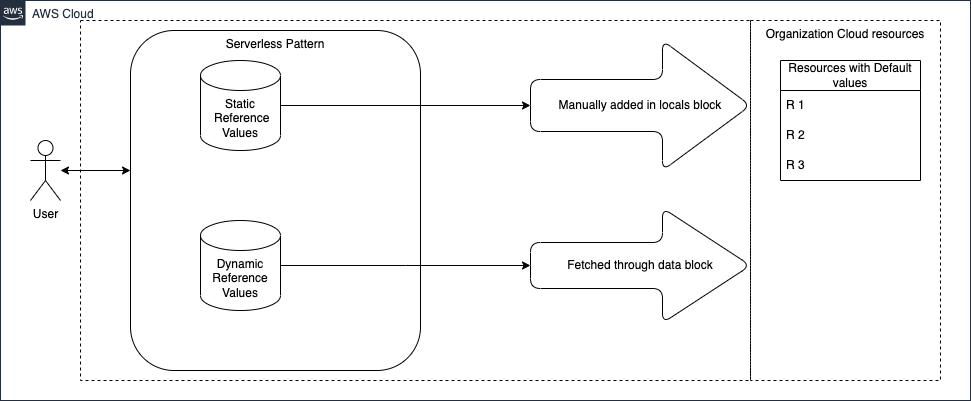
The draw.io diagram terraform-organization-default/Organization_default_values.png in aws-samples/serverless-patterns, before a commit. Source tidied: cells renumbered, new cells last; positions are measured from the earlier drawing's top-left corner, leaving out a move shared by most shapes. The source it was exported from:
```xml
<mxGraphModel>
  <root>
    <mxCell id="0" />
    <mxCell id="1" parent="0" />
    <mxCell id="2" value="AWS Cloud" style="gradientColor=none;html=1;whiteSpace=wrap;fontSize=12;fontStyle=0;shape=mxgraph.aws4.group;grIcon=mxgraph.aws4.group_aws_cloud_alt;strokeColor=#232F3E;fillColor=none;verticalAlign=top;align=left;spacingLeft=30;fontColor=#232F3E;dashed=0;labelBackgroundColor=#ffffff;" parent="1" vertex="1">
      <mxGeometry width="970" height="400" as="geometry" />
    </mxCell>
    <mxCell id="3" value="Organization Cloud resources" style="rounded=0;whiteSpace=wrap;html=1;labelBackgroundColor=none;fillColor=none;dashed=1;verticalAlign=top;" parent="2" vertex="1">
      <mxGeometry x="750" y="20" width="190" height="360" as="geometry" />
    </mxCell>
    <mxCell id="4" value="Resources with Default values" style="swimlane;fontStyle=0;horizontal=1;startSize=30;whiteSpace=wrap;html=1;" parent="3" vertex="1">
      <mxGeometry x="30" y="40" width="140" height="120" as="geometry" />
    </mxCell>
    <mxCell id="5" value="R 1" style="text;strokeColor=none;fillColor=none;align=left;verticalAlign=middle;spacingLeft=4;spacingRight=4;overflow=hidden;whiteSpace=wrap;html=1;" parent="4" vertex="1">
      <mxGeometry y="30" width="140" height="30" as="geometry" />
    </mxCell>
    <mxCell id="6" value="R 2" style="text;strokeColor=none;fillColor=none;align=left;verticalAlign=middle;spacingLeft=4;spacingRight=4;overflow=hidden;whiteSpace=wrap;html=1;" parent="4" vertex="1">
      <mxGeometry y="60" width="140" height="30" as="geometry" />
    </mxCell>
    <mxCell id="7" value="R 3" style="text;strokeColor=none;fillColor=none;align=left;verticalAlign=middle;spacingLeft=4;spacingRight=4;overflow=hidden;whiteSpace=wrap;html=1;" parent="4" vertex="1">
      <mxGeometry y="90" width="140" height="30" as="geometry" />
    </mxCell>
    <mxCell id="8" style="rounded=0;whiteSpace=wrap;html=1;labelBackgroundColor=none;fillColor=none;dashed=1;" parent="2" vertex="1">
      <mxGeometry x="80" y="20" width="670" height="360" as="geometry" />
    </mxCell>
    <mxCell id="9" value="Static Resource values" style="rounded=1;whiteSpace=wrap;html=1;" parent="8" vertex="1">
      <mxGeometry x="180" y="40" width="120" height="60" as="geometry" />
    </mxCell>
    <mxCell id="10" value="Serverless Pattern" style="rounded=1;whiteSpace=wrap;html=1;verticalAlign=top;" parent="8" vertex="1">
      <mxGeometry x="50" y="10" width="290" height="340" as="geometry" />
    </mxCell>
    <mxCell id="11" value="Static&lt;div&gt;&amp;nbsp;Reference Values&lt;/div&gt;" style="shape=cylinder3;whiteSpace=wrap;html=1;boundedLbl=1;backgroundOutline=1;size=15;" parent="8" vertex="1">
      <mxGeometry x="120" y="40" width="80" height="90" as="geometry" />
    </mxCell>
    <mxCell id="12" value="Dynamic Reference Values" style="shape=cylinder3;whiteSpace=wrap;html=1;boundedLbl=1;backgroundOutline=1;size=15;" parent="8" vertex="1">
      <mxGeometry x="120" y="200" width="80" height="90" as="geometry" />
    </mxCell>
    <mxCell id="13" value="Fetched through data block" style="shape=singleArrow;whiteSpace=wrap;html=1;arrowWidth=0.4;arrowSize=0.4;rounded=1;" parent="8" vertex="1">
      <mxGeometry x="450" y="187.5" width="220" height="115" as="geometry" />
    </mxCell>
    <mxCell id="14" style="edgeStyle=orthogonalEdgeStyle;rounded=0;orthogonalLoop=1;jettySize=auto;html=1;exitX=0.5;exitY=1;exitDx=0;exitDy=0;" parent="2" edge="1" source="3" target="3">
      <mxGeometry relative="1" as="geometry" />
    </mxCell>
    <mxCell id="15" style="edgeStyle=orthogonalEdgeStyle;rounded=0;jettySize=auto;html=1;exitX=1;exitY=0.5;exitDx=0;exitDy=0;exitPerimeter=0;" parent="2" edge="1" source="11" target="17">
      <mxGeometry relative="1" as="geometry" />
    </mxCell>
    <mxCell id="16" style="edgeStyle=orthogonalEdgeStyle;rounded=0;jettySize=auto;html=1;exitX=1;exitY=0.5;exitDx=0;exitDy=0;exitPerimeter=0;" parent="2" edge="1" source="12">
      <mxGeometry relative="1" as="geometry">
        <mxPoint x="530" y="265" as="targetPoint" />
      </mxGeometry>
    </mxCell>
    <mxCell id="17" value="Manually added in locals block" style="shape=singleArrow;whiteSpace=wrap;html=1;arrowWidth=0.4;arrowSize=0.4;rounded=1;" parent="2" vertex="1">
      <mxGeometry x="530" y="40" width="220" height="130" as="geometry" />
    </mxCell>
    <mxCell id="18" value="User" style="shape=umlActor;verticalLabelPosition=bottom;verticalAlign=top;html=1;outlineConnect=0;" parent="2" vertex="1">
      <mxGeometry x="30" y="140" width="30" height="60" as="geometry" />
    </mxCell>
    <mxCell id="19" style="endArrow=classic;startArrow=classic;html=1;rounded=0;" parent="2" edge="1" source="18">
      <mxGeometry relative="1" as="geometry">
        <mxPoint x="130" y="170" as="targetPoint" />
      </mxGeometry>
    </mxCell>
  </root>
</mxGraphModel>
```
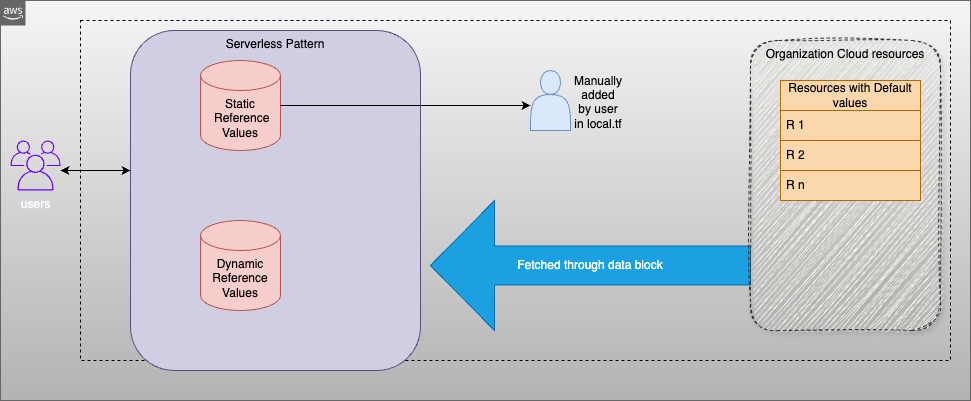
After the change.

The edit, as a diff of the source:
```diff
@@ -2,63 +2,64 @@
   <root>
     <mxCell id="0" />
     <mxCell id="1" parent="0" />
-    <mxCell id="2" value="AWS Cloud" style="gradientColor=none;html=1;whiteSpace=wrap;fontSize=12;fontStyle=0;shape=mxgraph.aws4.group;grIcon=mxgraph.aws4.group_aws_cloud_alt;strokeColor=#232F3E;fillColor=none;verticalAlign=top;align=left;spacingLeft=30;fontColor=#232F3E;dashed=0;labelBackgroundColor=#ffffff;" parent="1" vertex="1">
+    <mxCell id="2" style="html=1;whiteSpace=wrap;fontSize=12;fontStyle=0;shape=mxgraph.aws4.group;grIcon=mxgraph.aws4.group_aws_cloud_alt;strokeColor=#666666;fillColor=#f5f5f5;verticalAlign=top;align=left;spacingLeft=30;dashed=0;labelBackgroundColor=#ffffff;gradientColor=#b3b3b3;" parent="1" vertex="1">
       <mxGeometry width="970" height="400" as="geometry" />
     </mxCell>
-    <mxCell id="3" value="Organization Cloud resources" style="rounded=0;whiteSpace=wrap;html=1;labelBackgroundColor=none;fillColor=none;dashed=1;verticalAlign=top;" parent="2" vertex="1">
-      <mxGeometry x="750" y="20" width="190" height="360" as="geometry" />
-    </mxCell>
-    <mxCell id="4" value="Resources with Default values" style="swimlane;fontStyle=0;horizontal=1;startSize=30;whiteSpace=wrap;html=1;" parent="3" vertex="1">
-      <mxGeometry x="30" y="40" width="140" height="120" as="geometry" />
-    </mxCell>
-    <mxCell id="5" value="R 1" style="text;strokeColor=none;fillColor=none;align=left;verticalAlign=middle;spacingLeft=4;spacingRight=4;overflow=hidden;whiteSpace=wrap;html=1;" parent="4" vertex="1">
-      <mxGeometry y="30" width="140" height="30" as="geometry" />
-    </mxCell>
-    <mxCell id="6" value="R 2" style="text;strokeColor=none;fillColor=none;align=left;verticalAlign=middle;spacingLeft=4;spacingRight=4;overflow=hidden;whiteSpace=wrap;html=1;" parent="4" vertex="1">
-      <mxGeometry y="60" width="140" height="30" as="geometry" />
-    </mxCell>
-    <mxCell id="7" value="R 3" style="text;strokeColor=none;fillColor=none;align=left;verticalAlign=middle;spacingLeft=4;spacingRight=4;overflow=hidden;whiteSpace=wrap;html=1;" parent="4" vertex="1">
-      <mxGeometry y="90" width="140" height="30" as="geometry" />
-    </mxCell>
     <mxCell id="8" style="rounded=0;whiteSpace=wrap;html=1;labelBackgroundColor=none;fillColor=none;dashed=1;" parent="2" vertex="1">
-      <mxGeometry x="80" y="20" width="670" height="360" as="geometry" />
+      <mxGeometry x="80" y="20" width="870" height="340" as="geometry" />
     </mxCell>
     <mxCell id="9" value="Static Resource values" style="rounded=1;whiteSpace=wrap;html=1;" parent="8" vertex="1">
       <mxGeometry x="180" y="40" width="120" height="60" as="geometry" />
     </mxCell>
-    <mxCell id="10" value="Serverless Pattern" style="rounded=1;whiteSpace=wrap;html=1;verticalAlign=top;" parent="8" vertex="1">
+    <mxCell id="10" value="Serverless Pattern" style="rounded=1;whiteSpace=wrap;html=1;verticalAlign=top;fillColor=#d0cee2;strokeColor=#56517e;" parent="8" vertex="1">
       <mxGeometry x="50" y="10" width="290" height="340" as="geometry" />
     </mxCell>
-    <mxCell id="11" value="Static&lt;div&gt;&amp;nbsp;Reference Values&lt;/div&gt;" style="shape=cylinder3;whiteSpace=wrap;html=1;boundedLbl=1;backgroundOutline=1;size=15;" parent="8" vertex="1">
+    <mxCell id="11" value="Static&lt;div&gt;&amp;nbsp;Reference Values&lt;/div&gt;" style="shape=cylinder3;whiteSpace=wrap;html=1;boundedLbl=1;backgroundOutline=1;size=15;fillColor=#f8cecc;strokeColor=#b85450;" parent="8" vertex="1">
       <mxGeometry x="120" y="40" width="80" height="90" as="geometry" />
     </mxCell>
-    <mxCell id="12" value="Dynamic Reference Values" style="shape=cylinder3;whiteSpace=wrap;html=1;boundedLbl=1;backgroundOutline=1;size=15;" parent="8" vertex="1">
+    <mxCell id="12" value="Dynamic Reference Values" style="shape=cylinder3;whiteSpace=wrap;html=1;boundedLbl=1;backgroundOutline=1;size=15;fillColor=#f8cecc;strokeColor=#b85450;" parent="8" vertex="1">
       <mxGeometry x="120" y="200" width="80" height="90" as="geometry" />
     </mxCell>
-    <mxCell id="13" value="Fetched through data block" style="shape=singleArrow;whiteSpace=wrap;html=1;arrowWidth=0.4;arrowSize=0.4;rounded=1;" parent="8" vertex="1">
-      <mxGeometry x="450" y="187.5" width="220" height="115" as="geometry" />
+    <mxCell id="13" value="Fetched through data block" style="shape=singleArrow;direction=west;whiteSpace=wrap;html=1;fillColor=#1ba1e2;fontColor=#ffffff;strokeColor=#006EAF;" parent="8" vertex="1">
+      <mxGeometry x="350" y="180" width="320" height="130" as="geometry" />
     </mxCell>
+    <mxCell id="20" style="shape=actor;whiteSpace=wrap;html=1;fillColor=#dae8fc;strokeColor=#6c8ebf;" parent="8" vertex="1">
+      <mxGeometry x="450" y="50" width="40" height="60" as="geometry" />
+    </mxCell>
+    <mxCell id="3" value="Organization Cloud resources" style="rounded=1;whiteSpace=wrap;html=1;labelBackgroundColor=none;fillColor=#f9f7ed;dashed=1;verticalAlign=top;strokeColor=#36393d;glass=0;sketch=1;curveFitting=1;jiggle=2;shadow=1;" parent="8" vertex="1">
+      <mxGeometry x="670" y="20" width="190" height="290" as="geometry" />
+    </mxCell>
+    <mxCell id="4" value="Resources with Default values" style="swimlane;fontStyle=0;horizontal=1;startSize=30;whiteSpace=wrap;html=1;fillColor=#fad7ac;strokeColor=#b46504;" parent="3" vertex="1">
+      <mxGeometry x="30" y="40" width="140" height="120" as="geometry" />
+    </mxCell>
+    <mxCell id="5" value="R 1" style="text;strokeColor=#b46504;fillColor=#fad7ac;align=left;verticalAlign=middle;spacingLeft=4;spacingRight=4;overflow=hidden;whiteSpace=wrap;html=1;" parent="4" vertex="1">
+      <mxGeometry y="30" width="140" height="30" as="geometry" />
+    </mxCell>
+    <mxCell id="6" value="R 2" style="text;strokeColor=#b46504;fillColor=#fad7ac;align=left;verticalAlign=middle;spacingLeft=4;spacingRight=4;overflow=hidden;whiteSpace=wrap;html=1;" parent="4" vertex="1">
+      <mxGeometry y="60" width="140" height="30" as="geometry" />
+    </mxCell>
+    <mxCell id="7" value="R n" style="text;strokeColor=#b46504;fillColor=#fad7ac;align=left;verticalAlign=middle;spacingLeft=4;spacingRight=4;overflow=hidden;whiteSpace=wrap;html=1;" parent="4" vertex="1">
+      <mxGeometry y="90" width="140" height="30" as="geometry" />
+    </mxCell>
-    <mxCell id="14" style="edgeStyle=orthogonalEdgeStyle;rounded=0;orthogonalLoop=1;jettySize=auto;html=1;exitX=0.5;exitY=1;exitDx=0;exitDy=0;" parent="2" edge="1" source="3" target="3">
+    <mxCell id="14" style="edgeStyle=orthogonalEdgeStyle;rounded=0;orthogonalLoop=1;jettySize=auto;html=1;exitX=0.5;exitY=1;exitDx=0;exitDy=0;" parent="8" edge="1" source="3" target="3">
       <mxGeometry relative="1" as="geometry" />
     </mxCell>
-    <mxCell id="15" style="edgeStyle=orthogonalEdgeStyle;rounded=0;jettySize=auto;html=1;exitX=1;exitY=0.5;exitDx=0;exitDy=0;exitPerimeter=0;" parent="2" edge="1" source="11" target="17">
-      <mxGeometry relative="1" as="geometry" />
+    <mxCell id="15" style="edgeStyle=orthogonalEdgeStyle;rounded=0;jettySize=auto;html=1;exitX=1;exitY=0.5;exitDx=0;exitDy=0;exitPerimeter=0;" parent="2" edge="1" source="11">
+      <mxGeometry relative="1" as="geometry">
+        <mxPoint x="530" y="105" as="targetPoint" />
+      </mxGeometry>
     </mxCell>
-    <mxCell id="16" style="edgeStyle=orthogonalEdgeStyle;rounded=0;jettySize=auto;html=1;exitX=1;exitY=0.5;exitDx=0;exitDy=0;exitPerimeter=0;" parent="2" edge="1" source="12">
-      <mxGeometry relative="1" as="geometry">
-        <mxPoint x="530" y="265" as="targetPoint" />
-      </mxGeometry>
-    </mxCell>
-    <mxCell id="17" value="Manually added in locals block" style="shape=singleArrow;whiteSpace=wrap;html=1;arrowWidth=0.4;arrowSize=0.4;rounded=1;" parent="2" vertex="1">
-      <mxGeometry x="530" y="40" width="220" height="130" as="geometry" />
-    </mxCell>
-    <mxCell id="18" value="User" style="shape=umlActor;verticalLabelPosition=bottom;verticalAlign=top;html=1;outlineConnect=0;" parent="2" vertex="1">
-      <mxGeometry x="30" y="140" width="30" height="60" as="geometry" />
-    </mxCell>
-    <mxCell id="19" style="endArrow=classic;startArrow=classic;html=1;rounded=0;" parent="2" edge="1" source="18">
+    <mxCell id="19" style="endArrow=classic;startArrow=classic;html=1;rounded=0;" parent="2" edge="1">
       <mxGeometry relative="1" as="geometry">
+        <mxPoint x="60" y="170" as="sourcePoint" />
         <mxPoint x="130" y="170" as="targetPoint" />
       </mxGeometry>
     </mxCell>
+    <mxCell id="21" value="users" style="sketch=0;strokeColor=#3700CC;fillColor=#6a00ff;dashed=0;verticalLabelPosition=bottom;verticalAlign=top;align=center;html=1;fontSize=12;fontStyle=0;shape=mxgraph.aws4.illustration_users;fontColor=#ffffff;" parent="2" vertex="1">
+      <mxGeometry x="10" y="140" width="50" height="50" as="geometry" />
+    </mxCell>
+    <mxCell id="22" value="Manually added by user in local.tf&lt;div&gt;&lt;br&gt;&lt;/div&gt;" style="text;html=1;align=center;verticalAlign=middle;whiteSpace=wrap;rounded=0;" parent="1" vertex="1">
+      <mxGeometry x="588" y="94" width="20" height="30" as="geometry" />
+    </mxCell>
   </root>
 </mxGraphModel>
```
